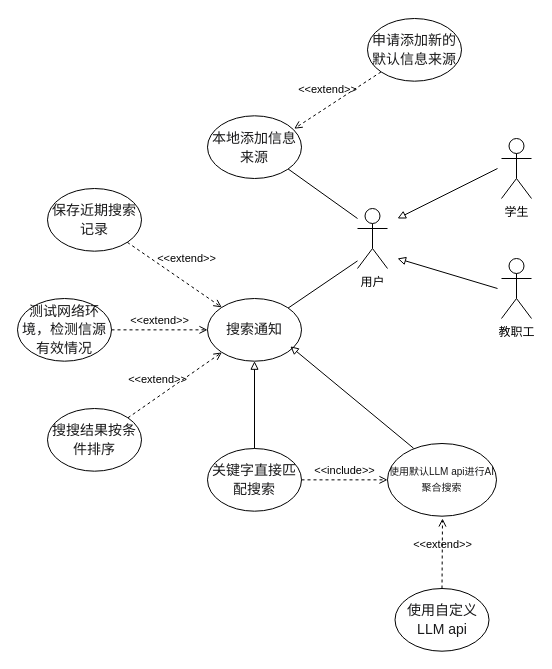
RimLutienpeist/Draw_io_Repo keeps this draw.io diagram as UML.drawio. Above is the earlier version. Source tidied: cells renumbered, new cells numbered last; positions are measured from the earlier drawing's top-left corner, leaving out a move shared by most shapes. Both pictures are drawn from the tidied source at 100%, with x=0, y=0 at pixel (17, 18).
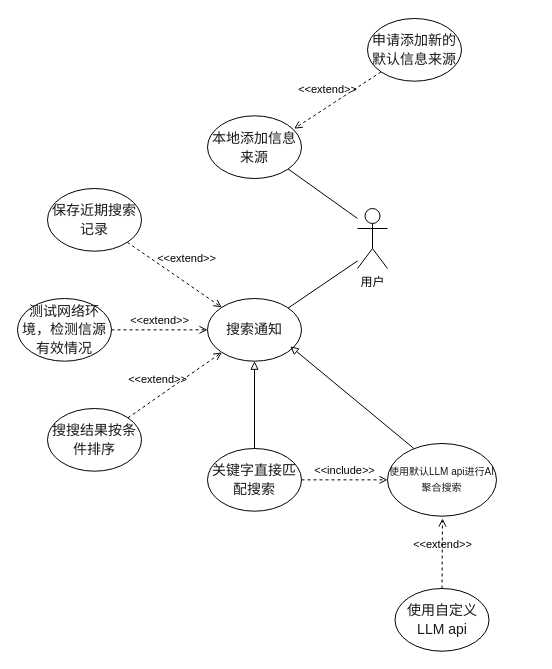
After the change.

What changed in the source:
```diff
@@
-    <mxCell id="2" value="学生" style="shape=umlActor;verticalLabelPosition=bottom;verticalAlign=top;html=1;" parent="1" vertex="1">
-      <mxGeometry x="484" y="120" width="30" height="60" as="geometry" />
-    </mxCell>
-    <mxCell id="3" value="教职工" style="shape=umlActor;verticalLabelPosition=bottom;verticalAlign=top;html=1;" parent="1" vertex="1">
-      <mxGeometry x="484" y="240" width="30" height="60" as="geometry" />
-    </mxCell>
-    <mxCell id="4" style="endArrow=block;endFill=0;html=1;rounded=0;" parent="1" edge="1">
-      <mxGeometry relative="1" as="geometry">
-        <mxPoint x="480" y="150" as="sourcePoint" />
-        <mxPoint x="380" y="200" as="targetPoint" />
-      </mxGeometry>
-    </mxCell>
-    <mxCell id="5" style="endArrow=block;endFill=0;html=1;rounded=0;" parent="1" edge="1">
-      <mxGeometry relative="1" as="geometry">
-        <mxPoint x="480" y="270" as="sourcePoint" />
-        <mxPoint x="380" y="240" as="targetPoint" />
-      </mxGeometry>
-    </mxCell>
```
